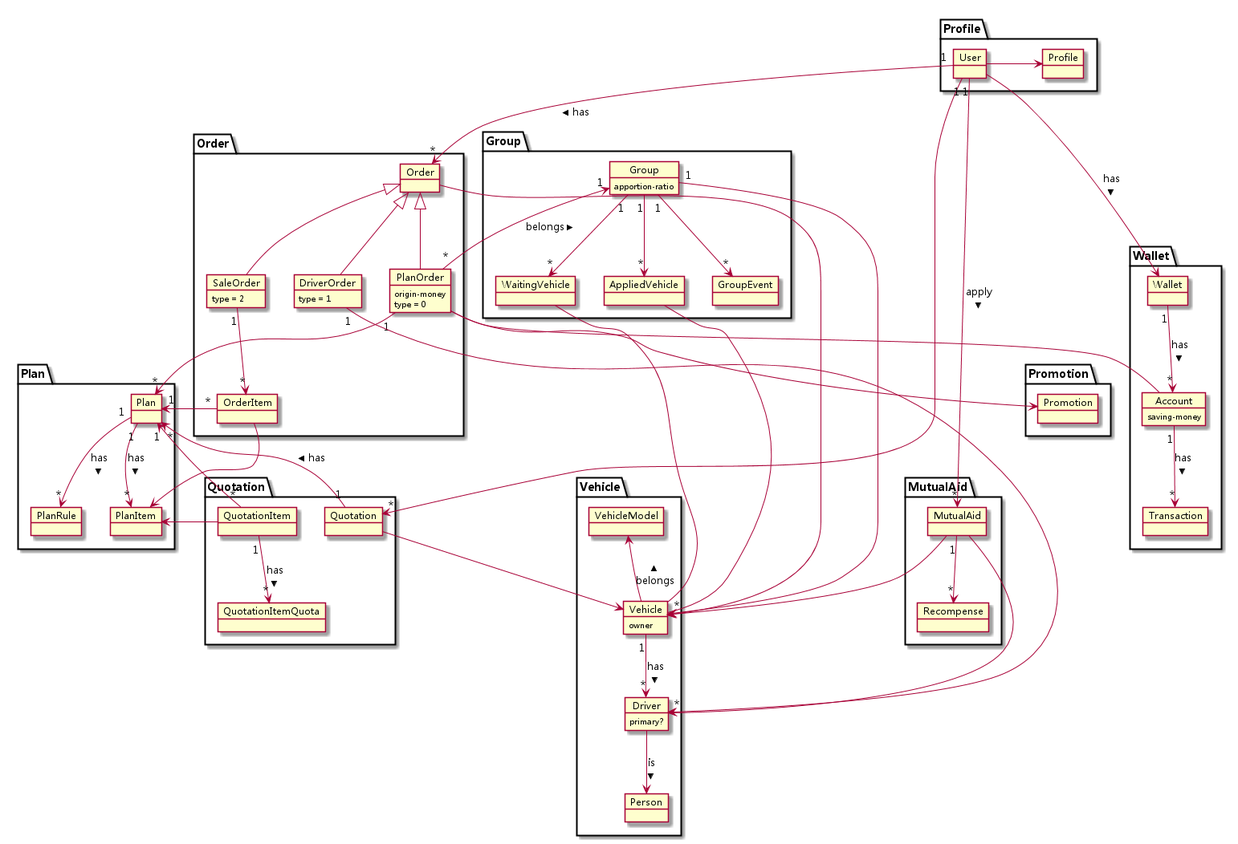
titan/hive-quotation-service keeps this PlantUML diagram as img/models.png. Above is the earlier version.
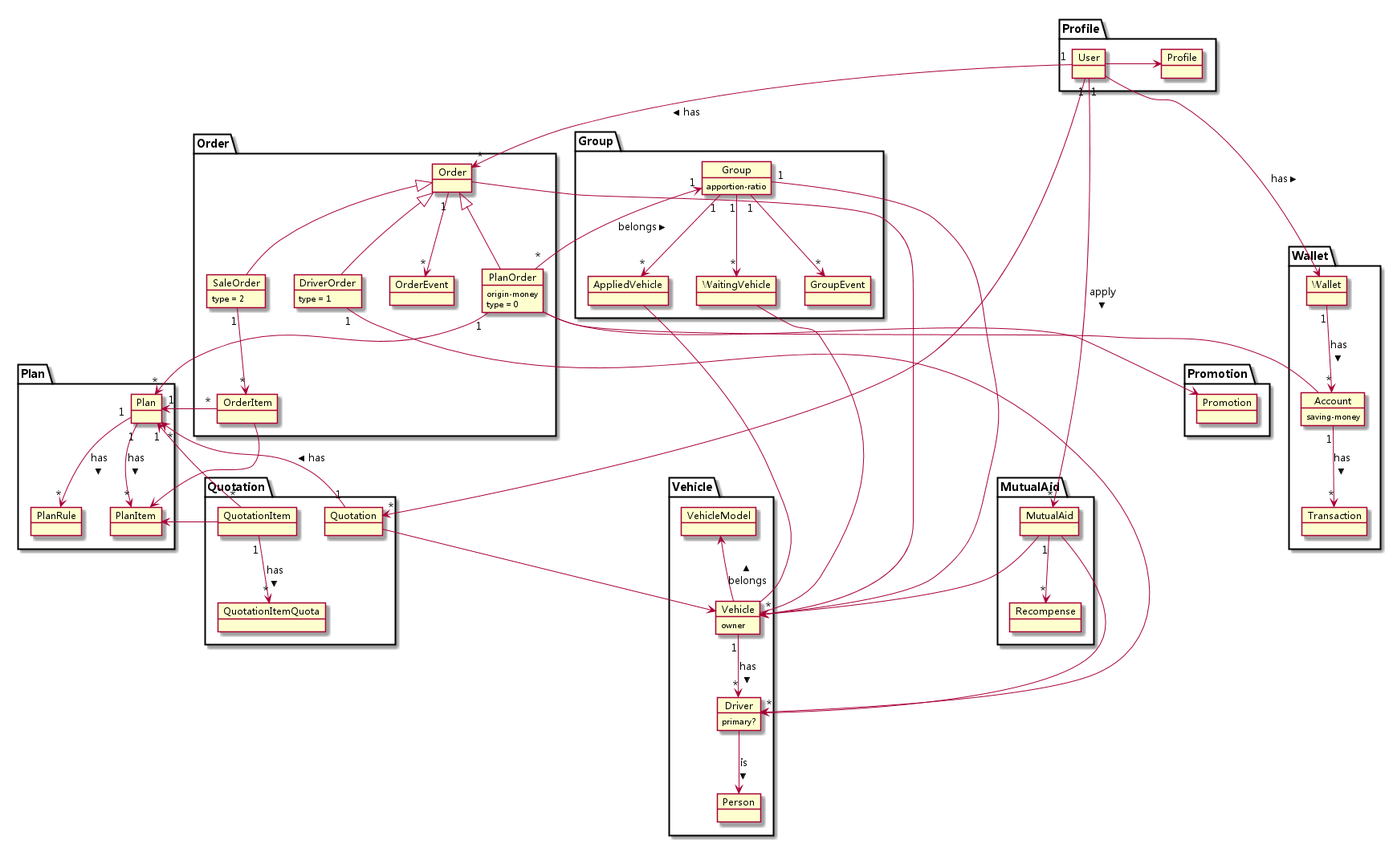
The same file after the commit.

Commit message:
Add data example of sale order

Change to the diagram source:
```diff
@@ -50,6 +50,7 @@
     type = 1
   }
   object OrderItem
+  object OrderEvent
 }
 package Quotation {
   object Quotation
@@ -65,6 +66,7 @@
 Order <|-- PlanOrder
 Order <|-- SaleOrder
 Order <|-- DriverOrder
+Order "1" --> "*" OrderEvent
 
 User "1" --> "*" Order : has >
 User "1" --> "*" Quotation
```
